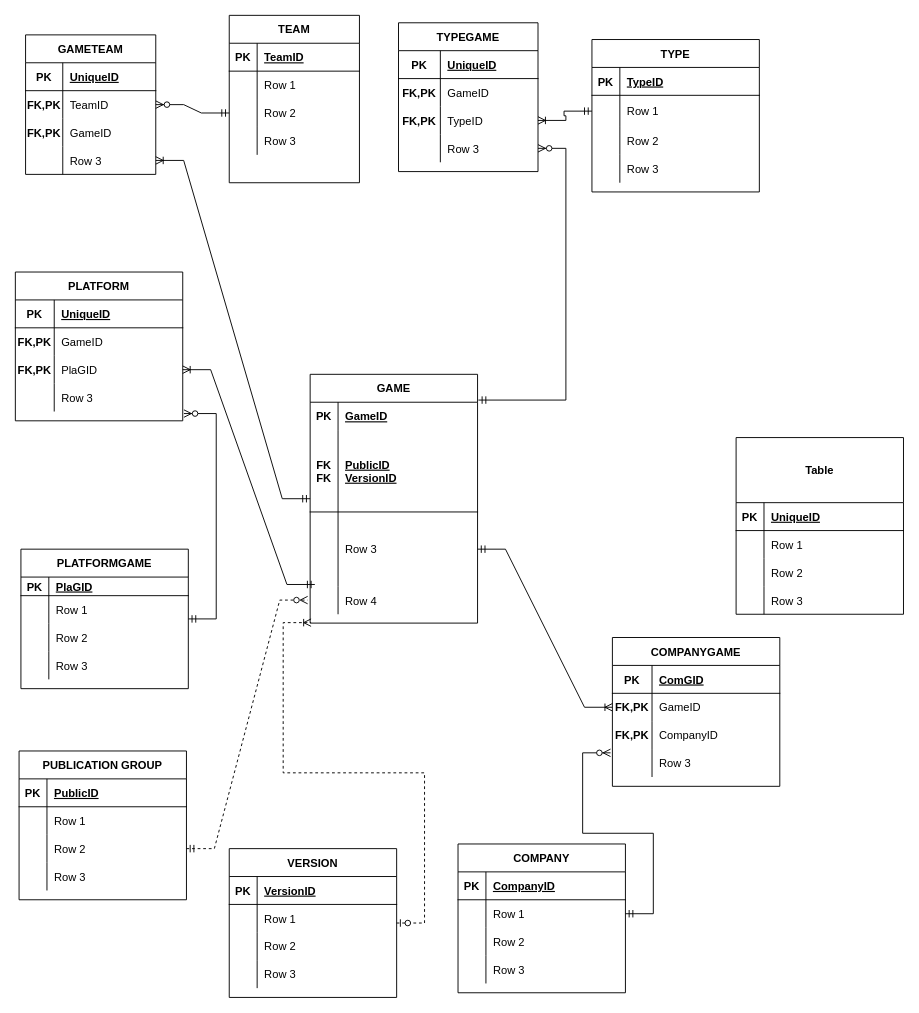
Above: Untitled Diagram.drawio in sumeyyaakbulut/recruiting (draw.io), before the change. Source tidied: cells renumbered, new cells numbered last; positions are measured from the earlier drawing's top-left corner, leaving out a move shared by most shapes. Both pictures are drawn from the tidied source at 93%, with x=0, y=0 at pixel (15, 15).
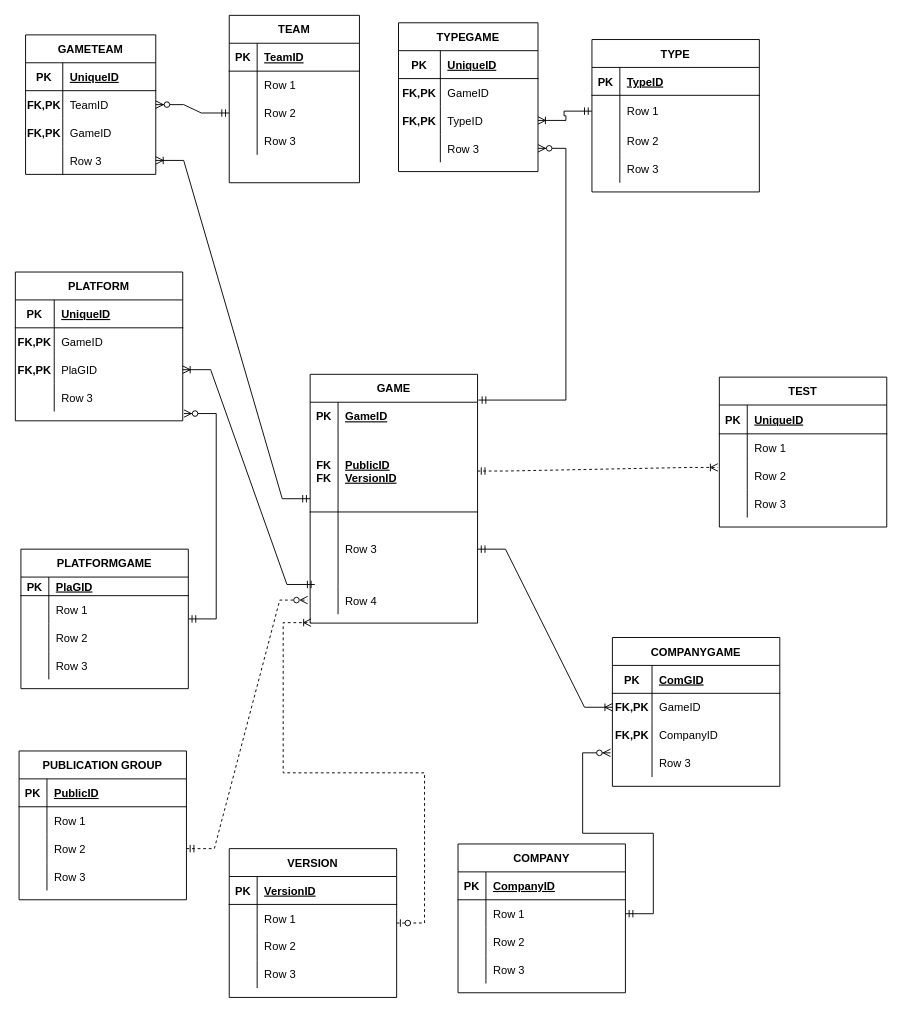
The same diagram, later.

The change refers to these unchanged cells:
```xml
<mxCell id="19" style="shape=partialRectangle;fillColor=none;top=0;left=0;bottom=1;right=0;points=[[0,0.5],[1,0.5]];portConstraint=eastwest;" parent="15" vertex="1">
  <mxGeometry y="60" width="180" height="88" as="geometry" />
</mxCell>
```

What changed in the source:
```diff
@@
-    <mxCell id="155" value="Table" style="shape=table;startSize=70;childLayout=tableLayout;rowLines=0;fontStyle=1;align=center;" parent="1" vertex="1">
-      <mxGeometry x="775" y="454" width="180" height="190" as="geometry" />
-    </mxCell>
-    <mxCell id="156" style="shape=partialRectangle;fillColor=none;top=0;left=0;bottom=1;right=0;" parent="155" vertex="1">
-      <mxGeometry y="70" width="180" height="30" as="geometry" />
-    </mxCell>
+    <mxCell id="168" value="TEST" style="shape=table;startSize=30;childLayout=tableLayout;rowLines=0;fontStyle=1;align=center;" parent="1" vertex="1">
+      <mxGeometry x="757" y="389" width="180" height="161.2" as="geometry" />
+    </mxCell>
+    <mxCell id="169" style="shape=partialRectangle;fillColor=none;top=0;left=0;bottom=1;right=0;" parent="168" vertex="1">
+      <mxGeometry y="30" width="180" height="31" as="geometry" />
+    </mxCell>
-    <mxCell id="157" value="PK" style="shape=partialRectangle;fillColor=none;top=0;left=0;bottom=0;right=0;fontStyle=1;overflow=hidden;" parent="156" vertex="1">
-      <mxGeometry width="30" height="30" as="geometry" />
+    <mxCell id="157" value="PK" style="shape=partialRectangle;fillColor=none;top=0;left=0;bottom=0;right=0;fontStyle=1;overflow=hidden;" parent="169" vertex="1">
+      <mxGeometry width="30" height="31" as="geometry" />
     </mxCell>
-    <mxCell id="158" value="UniqueID" style="shape=partialRectangle;fillColor=none;top=0;left=0;bottom=0;right=0;align=left;spacingLeft=6;fontStyle=5;overflow=hidden;" parent="156" vertex="1">
-      <mxGeometry x="30" width="150" height="30" as="geometry" />
+    <mxCell id="158" value="UniqueID" style="shape=partialRectangle;fillColor=none;top=0;left=0;bottom=0;right=0;align=left;spacingLeft=6;fontStyle=5;overflow=hidden;" parent="169" vertex="1">
+      <mxGeometry x="30" width="150" height="31" as="geometry" />
     </mxCell>
-    <mxCell id="159" style="shape=partialRectangle;fillColor=none;top=0;left=0;bottom=0;right=0;" parent="155" vertex="1">
-      <mxGeometry y="100" width="180" height="30" as="geometry" />
-    </mxCell>
-    <mxCell id="160" style="shape=partialRectangle;fillColor=none;top=0;left=0;bottom=0;right=0;overflow=hidden;" parent="159" vertex="1">
-      <mxGeometry width="30" height="30" as="geometry" />
-    </mxCell>
+    <mxCell id="170" style="shape=partialRectangle;fillColor=none;top=0;left=0;bottom=0;right=0;" parent="168" vertex="1">
+      <mxGeometry y="61" width="180" height="30" as="geometry" />
+    </mxCell>
+    <mxCell id="171" style="shape=partialRectangle;fillColor=none;top=0;left=0;bottom=0;right=0;overflow=hidden;" parent="170" vertex="1">
+      <mxGeometry width="30" height="30" as="geometry" />
+    </mxCell>
-    <mxCell id="161" value="Row 1" style="shape=partialRectangle;fillColor=none;top=0;left=0;bottom=0;right=0;align=left;spacingLeft=6;overflow=hidden;" parent="159" vertex="1">
+    <mxCell id="161" value="Row 1" style="shape=partialRectangle;fillColor=none;top=0;left=0;bottom=0;right=0;align=left;spacingLeft=6;overflow=hidden;" parent="170" vertex="1">
       <mxGeometry x="30" width="150" height="30" as="geometry" />
     </mxCell>
-    <mxCell id="162" style="shape=partialRectangle;fillColor=none;top=0;left=0;bottom=0;right=0;" parent="155" vertex="1">
-      <mxGeometry y="130" width="180" height="30" as="geometry" />
-    </mxCell>
-    <mxCell id="163" style="shape=partialRectangle;fillColor=none;top=0;left=0;bottom=0;right=0;overflow=hidden;" parent="162" vertex="1">
-      <mxGeometry width="30" height="30" as="geometry" />
-    </mxCell>
+    <mxCell id="172" style="shape=partialRectangle;fillColor=none;top=0;left=0;bottom=0;right=0;points=[[0,0.5],[1,0.5]];portConstraint=eastwest;" parent="168" vertex="1">
+      <mxGeometry y="91" width="180" height="30" as="geometry" />
+    </mxCell>
+    <mxCell id="173" style="shape=partialRectangle;fillColor=none;top=0;left=0;bottom=0;right=0;overflow=hidden;" parent="172" vertex="1">
+      <mxGeometry width="30" height="30" as="geometry" />
+    </mxCell>
-    <mxCell id="164" value="Row 2" style="shape=partialRectangle;fillColor=none;top=0;left=0;bottom=0;right=0;align=left;spacingLeft=6;overflow=hidden;" parent="162" vertex="1">
+    <mxCell id="164" value="Row 2" style="shape=partialRectangle;fillColor=none;top=0;left=0;bottom=0;right=0;align=left;spacingLeft=6;overflow=hidden;" parent="172" vertex="1">
       <mxGeometry x="30" width="150" height="30" as="geometry" />
     </mxCell>
-    <mxCell id="165" style="shape=partialRectangle;fillColor=none;top=0;left=0;bottom=0;right=0;" parent="155" vertex="1">
-      <mxGeometry y="160" width="180" height="30" as="geometry" />
-    </mxCell>
-    <mxCell id="166" style="shape=partialRectangle;fillColor=none;top=0;left=0;bottom=0;right=0;overflow=hidden;" parent="165" vertex="1">
-      <mxGeometry width="30" height="30" as="geometry" />
-    </mxCell>
+    <mxCell id="174" style="shape=partialRectangle;fillColor=none;top=0;left=0;bottom=0;right=0;" parent="168" vertex="1">
+      <mxGeometry y="121" width="180" height="30" as="geometry" />
+    </mxCell>
+    <mxCell id="175" style="shape=partialRectangle;fillColor=none;top=0;left=0;bottom=0;right=0;overflow=hidden;" parent="174" vertex="1">
+      <mxGeometry width="30" height="30" as="geometry" />
+    </mxCell>
-    <mxCell id="167" value="Row 3" style="shape=partialRectangle;fillColor=none;top=0;left=0;bottom=0;right=0;align=left;spacingLeft=6;overflow=hidden;" parent="165" vertex="1">
+    <mxCell id="167" value="Row 3" style="shape=partialRectangle;fillColor=none;top=0;left=0;bottom=0;right=0;align=left;spacingLeft=6;overflow=hidden;" parent="174" vertex="1">
       <mxGeometry x="30" width="150" height="30" as="geometry" />
     </mxCell>
+    <mxCell id="176" style="edgeStyle=entityRelationEdgeStyle;fontSize=12;html=1;endArrow=ERoneToMany;startArrow=ERmandOne;rounded=0;strokeColor=#000000;dashed=1;entryX=-0.009;entryY=0.204;entryDx=0;entryDy=0;entryPerimeter=0;" parent="1" edge="1" source="19" target="172">
+      <mxGeometry relative="1" as="geometry" />
+    </mxCell>
```
